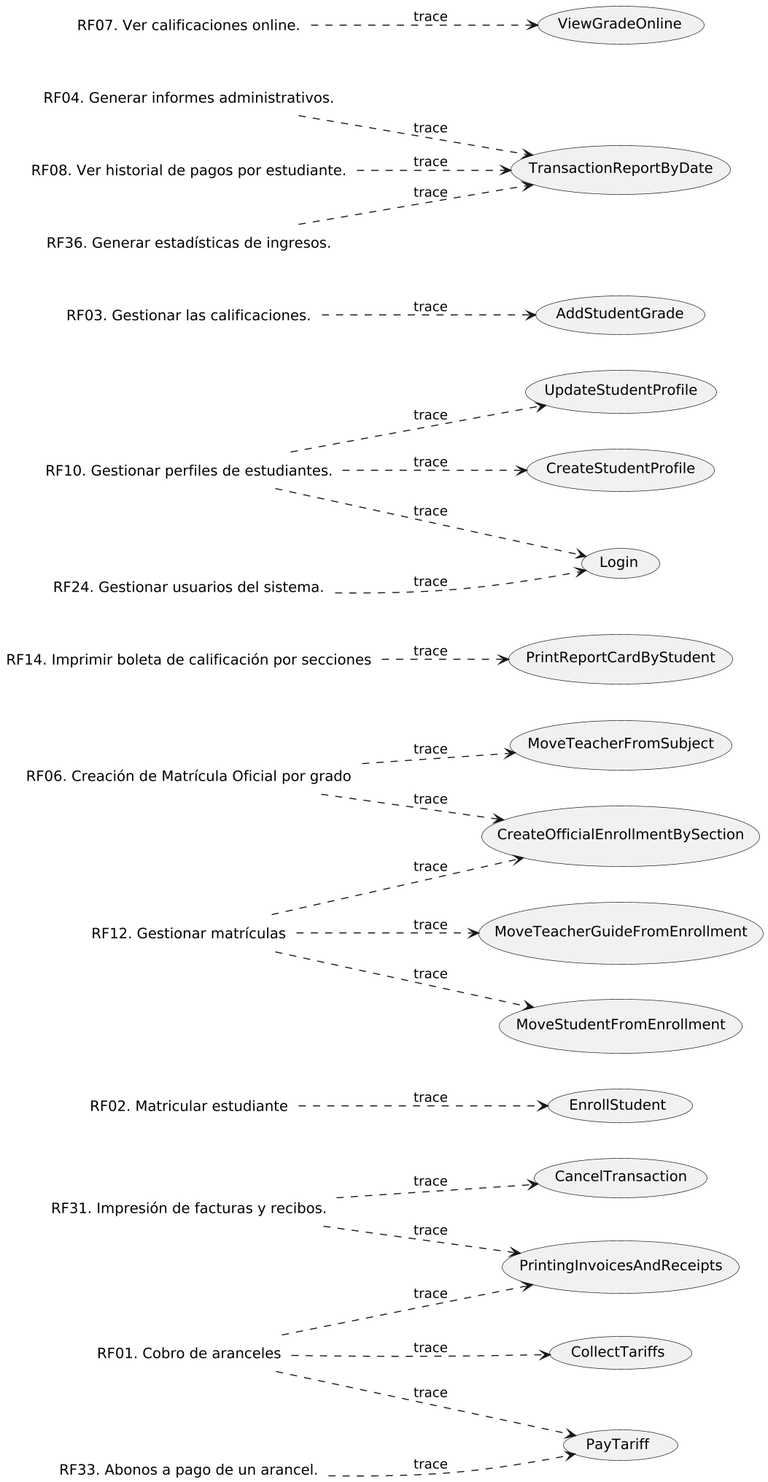
Earlier version of the PlantUML export out/UseCaseView/TRACE.Requisites-x-UseCase.png (wsmcbl/wsmcbl.doc).
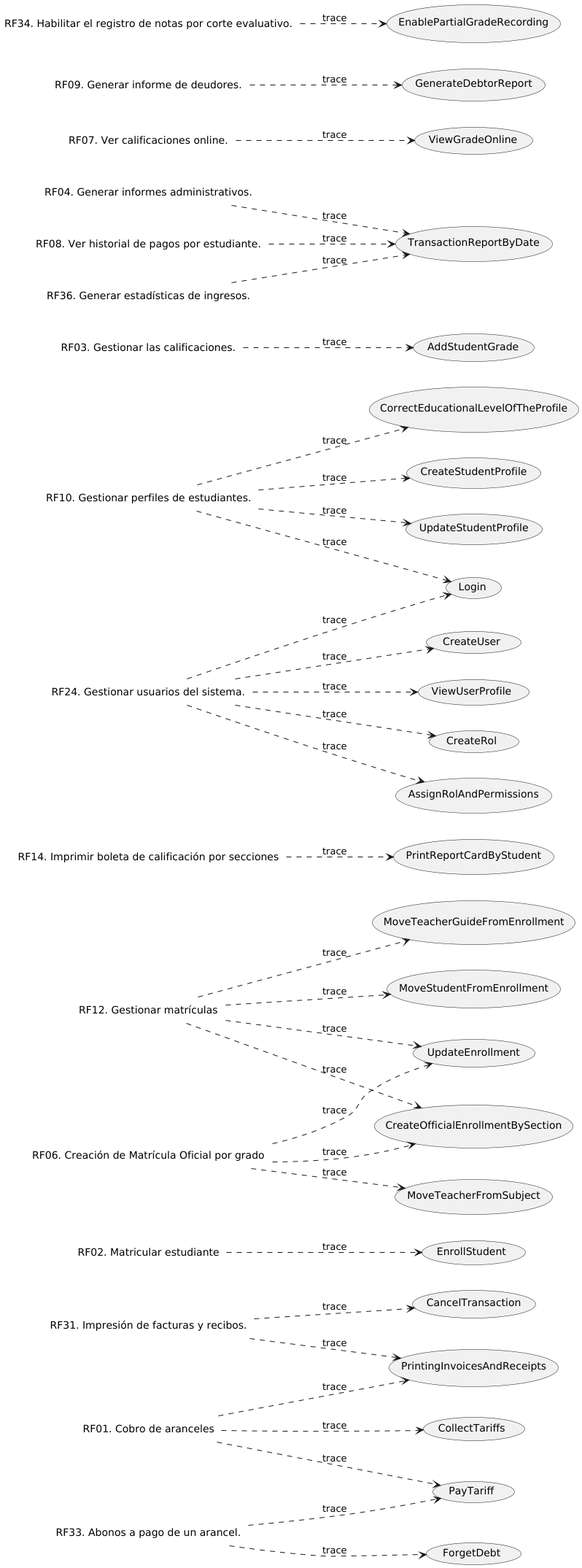
After the commit.

Commit message:
Feat: update Requisite for usecase trace diagram

What changed in the source:
```diff
@@ -19,6 +19,9 @@
 Label RF31 as "RF31. Impresión de facturas y recibos."
 Label RF36 as "RF36. Generar estadísticas de ingresos."
 
+Label RF09 as "RF09. Generar informe de deudores."
+Label RF34 as "RF34. Habilitar el registro de notas por corte evaluativo."
+
 
 usecase CU01 as "EnrollStudent"
 usecase CU05 as "CreateOfficialEnrollmentBySection"
@@ -38,6 +41,16 @@
 usecase CU23 as "MoveStudentFromEnrollment"
 usecase CU73 as "CancelTransaction"
 usecase CU75 as "TransactionReportByDate"
+
+usecase CU07 as "GenerateDebtorReport"
+usecase CU20 as "UpdateEnrollment"
+usecase CU46 as "CreateUser"
+usecase CU51 as "ViewUserProfile"
+usecase CU61 as "EnablePartialGradeRecording"
+usecase CU70 as "CreateRol"
+usecase CU71 as "AssignRolAndPermissions"
+usecase CU77 as "CorrectEducationalLevelOfTheProfile"
+usecase CU78 as "ForgetDebt"
 
 
 
@@ -65,4 +78,15 @@
 RF31 ..> CU58 : trace
 RF10 ..> CU16 : trace
 RF12 ..> CU23 : trace
+
+RF09 ..> CU07 : trace
+RF06 ..> CU20 : trace
+RF12 ..> CU20 : trace
+RF24 ..> CU46 : trace
+RF24 ..> CU51 : trace
+RF34 ..> CU61 : trace
+RF24 ..> CU70 : trace
+RF24 ..> CU71 : trace
+RF10 ..> CU77 : trace
+RF33 ..> CU78 : trace
 @enduml
```
